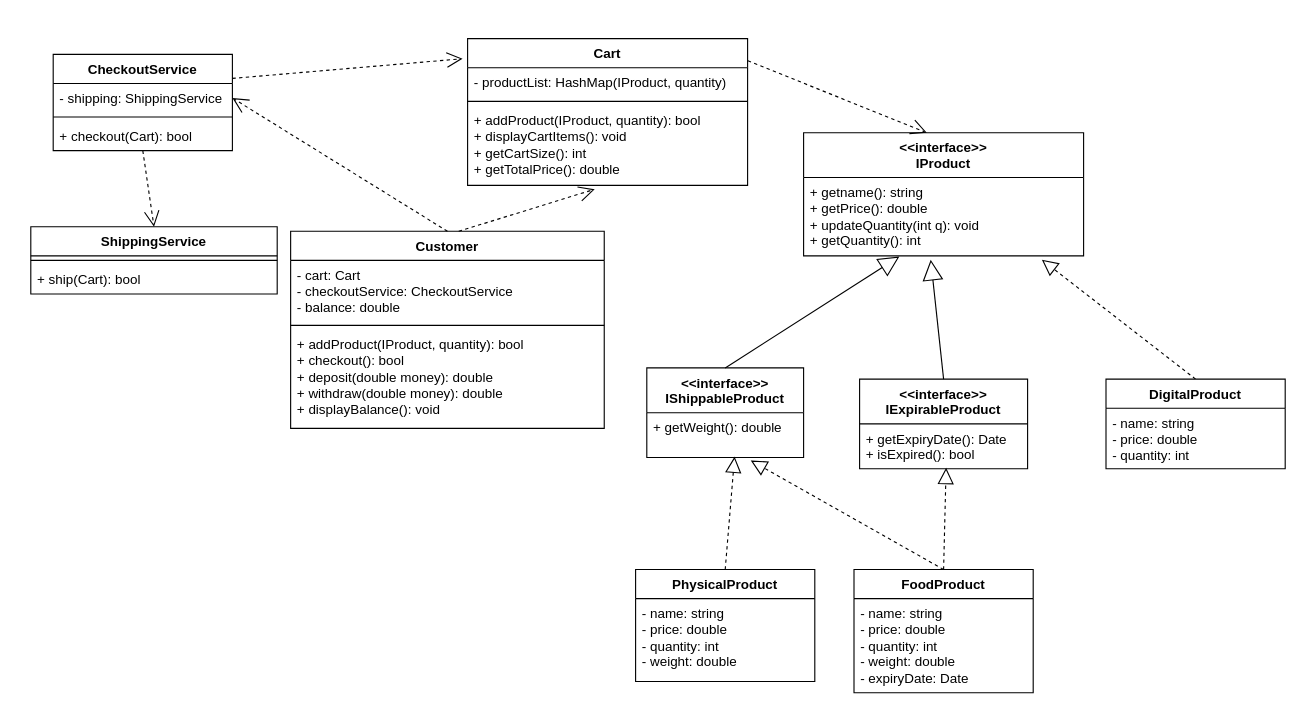
This is class diagram.drawio from NourEldeenM/fawry-internship-2025-task, a draw.io file, before an edit. Source tidied: cells renumbered, new cells numbered last; positions are measured from the earlier drawing's top-left corner, leaving out a move shared by most shapes. Both pictures are drawn from the tidied source at 112%, with x=0, y=0 at pixel (30, 38).
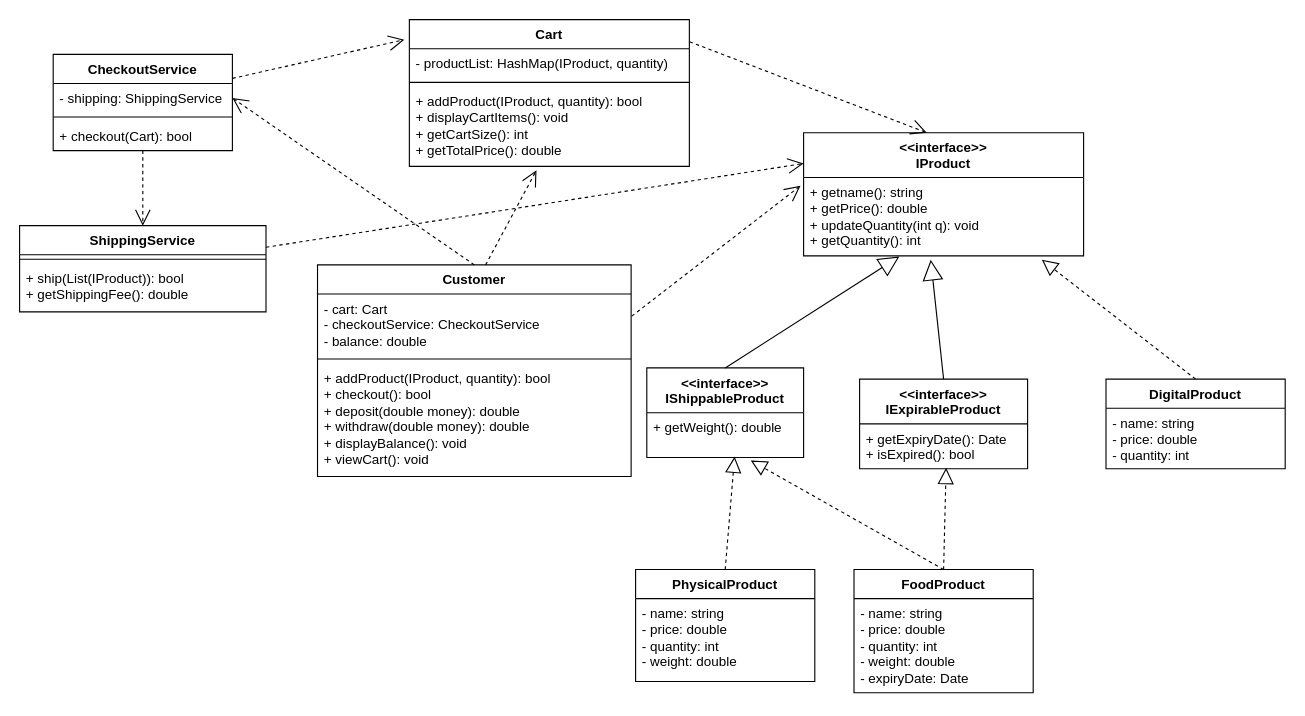
The same page after the edit.

Commit message (it also covers changes not shown here):
add class diagram and update readme

Unchanged cells that the change refers to:
```xml
<mxCell id="5" value="&lt;div&gt;&amp;lt;&amp;lt;interface&amp;gt;&amp;gt;&lt;/div&gt;IProduct" style="swimlane;fontStyle=1;align=center;verticalAlign=top;horizontal=1;startSize=40;whiteSpace=wrap;html=1;" parent="4" vertex="1">
  <mxGeometry y="30" width="250" height="110" as="geometry" />
</mxCell>
<mxCell id="6" value="&lt;div&gt;&lt;span style=&quot;background-color: transparent;&quot;&gt;+ getname(): string&lt;/span&gt;&lt;/div&gt;&lt;div&gt;&lt;span style=&quot;background-color: transparent;&quot;&gt;+ getPrice(): double&lt;/span&gt;&lt;/div&gt;&lt;div&gt;+ updateQuantity(int q): void&lt;/div&gt;&lt;div&gt;+ getQuantity(): int&amp;nbsp;&lt;/div&gt;" style="text;strokeColor=none;fillColor=none;align=left;verticalAlign=top;spacingLeft=4;spacingRight=4;overflow=hidden;points=[[0,0.5],[1,0.5]];portConstraint=eastwest;whiteSpace=wrap;html=1;" parent="5" vertex="1">
  <mxGeometry y="40" width="250" height="70" as="geometry" />
</mxCell>
<mxCell id="23" value="- cart: Cart&lt;div&gt;- checkoutService: CheckoutService&lt;/div&gt;&lt;div&gt;- balance: double&lt;/div&gt;" style="text;strokeColor=none;fillColor=none;align=left;verticalAlign=top;spacingLeft=4;spacingRight=4;overflow=hidden;points=[[0,0.5],[1,0.5]];portConstraint=eastwest;whiteSpace=wrap;html=1;" parent="22" vertex="1">
  <mxGeometry y="26" width="280" height="54" as="geometry" />
</mxCell>
```

The edit, as a diff of the source:
```diff
@@
     <mxCell id="22" value="Customer" style="swimlane;fontStyle=1;align=center;verticalAlign=top;horizontal=1;startSize=26;whiteSpace=wrap;html=1;" parent="1" vertex="1">
-      <mxGeometry x="232" y="172" width="280" height="176" as="geometry" />
+      <mxGeometry x="256" y="202" width="280" height="189" as="geometry" />
     </mxCell>
@@
-    <mxCell id="25" value="+ addProduct(IProduct, quantity): bool&lt;div&gt;&lt;div&gt;+ checkout(): bool&lt;/div&gt;&lt;div&gt;+ deposit(double money): double&lt;/div&gt;&lt;div&gt;+ withdraw(double money): double&lt;/div&gt;&lt;/div&gt;&lt;div&gt;+ displayBalance(): void&lt;/div&gt;" style="text;strokeColor=none;fillColor=none;align=left;verticalAlign=top;spacingLeft=4;spacingRight=4;overflow=hidden;whiteSpace=wrap;html=1;" parent="22" vertex="1">
-      <mxGeometry y="88" width="280" height="88" as="geometry" />
+    <mxCell id="25" value="+ addProduct(IProduct, quantity): bool&lt;div&gt;&lt;div&gt;+ checkout(): bool&lt;/div&gt;&lt;div&gt;+ deposit(double money): double&lt;/div&gt;&lt;div&gt;+ withdraw(double money): double&lt;/div&gt;&lt;/div&gt;&lt;div&gt;+ displayBalance(): void&lt;/div&gt;&lt;div&gt;+ viewCart(): void&lt;/div&gt;" style="text;strokeColor=none;fillColor=none;align=left;verticalAlign=top;spacingLeft=4;spacingRight=4;overflow=hidden;whiteSpace=wrap;html=1;" parent="22" vertex="1">
+      <mxGeometry y="88" width="280" height="101" as="geometry" />
     </mxCell>
     <mxCell id="26" value="Cart" style="swimlane;fontStyle=1;align=center;verticalAlign=top;horizontal=1;startSize=26;whiteSpace=wrap;html=1;" parent="1" vertex="1">
-      <mxGeometry x="390" width="250" height="131" as="geometry" />
+      <mxGeometry x="338" y="-17" width="250" height="131" as="geometry" />
     </mxCell>
@@
     <mxCell id="38" value="ShippingService" style="swimlane;fontStyle=1;align=center;verticalAlign=top;horizontal=1;startSize=26;whiteSpace=wrap;html=1;" parent="1" vertex="1">
-      <mxGeometry y="168" width="220" height="60" as="geometry" />
+      <mxGeometry x="-10" y="167" width="220" height="77" as="geometry" />
     </mxCell>
@@
-    <mxCell id="40" value="+ ship(Cart): bool" style="text;strokeColor=none;fillColor=none;align=left;verticalAlign=top;spacingLeft=4;spacingRight=4;overflow=hidden;whiteSpace=wrap;html=1;" parent="38" vertex="1">
-      <mxGeometry y="34" width="220" height="26" as="geometry" />
+    <mxCell id="40" value="+ ship(List(IProduct)): bool&lt;div&gt;+ getShippingFee(): double&lt;/div&gt;" style="text;strokeColor=none;fillColor=none;align=left;verticalAlign=top;spacingLeft=4;spacingRight=4;overflow=hidden;whiteSpace=wrap;html=1;" parent="38" vertex="1">
+      <mxGeometry y="34" width="220" height="43" as="geometry" />
     </mxCell>
@@
+    <mxCell id="42" style="endArrow=open;endSize=12;dashed=1;html=1;exitX=1.002;exitY=0.366;exitDx=0;exitDy=0;exitPerimeter=0;entryX=-0.011;entryY=0.105;entryDx=0;entryDy=0;entryPerimeter=0;" parent="1" edge="1" source="23" target="6">
+      <mxGeometry relative="1" as="geometry" />
+    </mxCell>
+    <mxCell id="43" style="endArrow=open;endSize=12;dashed=1;html=1;exitX=1;exitY=0.25;exitDx=0;exitDy=0;entryX=0;entryY=0.25;entryDx=0;entryDy=0;" parent="1" edge="1" source="38" target="5">
+      <mxGeometry relative="1" as="geometry" />
+    </mxCell>
```
